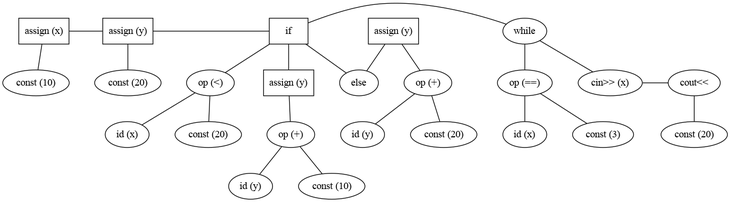
Above: tree.gv.png in zikaloai71/parser (Graphviz), before the change. Its source is kept beside it as tree.gv.
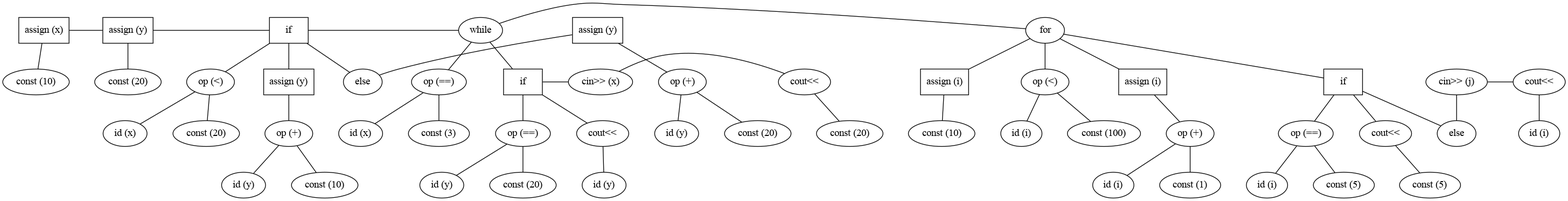
Later version of the same file.

Diff of the diagram source:
```diff
@@ -8,6 +8,7 @@
 		4 [label=if shape=rectangle]
 		13 [label="assign (y)" shape=rectangle]
 		17 [label=while shape=""]
+		30 [label=for shape=""]
 	}
 	{
 		rank=same
@@ -18,8 +19,15 @@
 		12 [label=else shape=""]
 		15 [label="op (+)" shape=""]
 		19 [label="op (==)" shape=""]
-		21 [label="cin>> (x)" shape=""]
-		22 [label="cout<<" shape=""]
+		21 [label=if shape=rectangle]
+		27 [label="cin>> (x)" shape=""]
+		28 [label="cout<<" shape=""]
+		31 [label="assign (i)" shape=rectangle]
+		34 [label="op (<)" shape=""]
+		36 [label="assign (i)" shape=rectangle]
+		40 [label=if shape=rectangle]
+		47 [label="cin>> (j)" shape=""]
+		48 [label="cout<<" shape=""]
 	}
 	{
 		rank=same
@@ -30,12 +38,30 @@
 		16 [label="const (20)" shape=""]
 		18 [label="id (x)" shape=""]
 		20 [label="const (3)" shape=""]
-		23 [label="const (20)" shape=""]
+		23 [label="op (==)" shape=""]
+		25 [label="cout<<" shape=""]
+		29 [label="const (20)" shape=""]
+		32 [label="const (10)" shape=""]
+		33 [label="id (i)" shape=""]
+		35 [label="const (100)" shape=""]
+		38 [label="op (+)" shape=""]
+		42 [label="op (==)" shape=""]
+		44 [label="cout<<" shape=""]
+		46 [label=else shape=""]
+		49 [label="id (i)" shape=""]
 	}
 	{
 		rank=same
 		9 [label="id (y)" shape=""]
 		11 [label="const (10)" shape=""]
+		22 [label="id (y)" shape=""]
+		24 [label="const (20)" shape=""]
+		26 [label="id (y)" shape=""]
+		37 [label="id (i)" shape=""]
+		39 [label="const (1)" shape=""]
+		41 [label="id (i)" shape=""]
+		43 [label="const (5)" shape=""]
+		45 [label="const (5)" shape=""]
 	}
 	0 -- 1
 	0 -- 2
@@ -58,6 +84,32 @@
 	17 -- 19
 	19 -- 20
 	17 -- 21
-	21 -- 22
-	22 -- 23
+	23 -- 22
+	21 -- 23
+	23 -- 24
+	21 -- 25
+	25 -- 26
+	21 -- 27
+	27 -- 28
+	28 -- 29
+	17 -- 30
+	30 -- 31
+	31 -- 32
+	34 -- 33
+	30 -- 34
+	34 -- 35
+	30 -- 36
+	38 -- 37
+	36 -- 38
+	38 -- 39
+	30 -- 40
+	42 -- 41
+	40 -- 42
+	42 -- 43
+	40 -- 44
+	44 -- 45
+	40 -- 46
+	46 -- 47
+	47 -- 48
+	48 -- 49
 }
```
